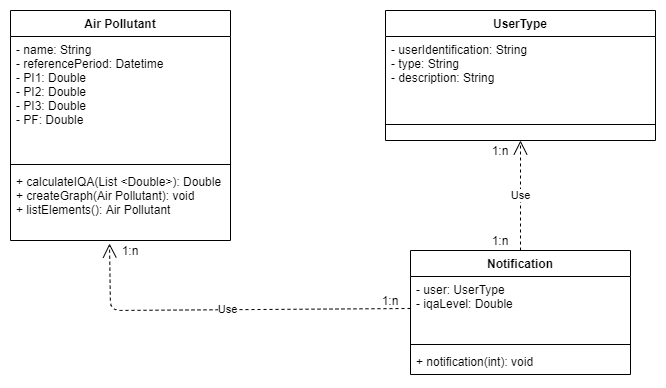
The draw.io diagram Software/img/classes.png in Monitoramento-do-Ar-PI2/teste, before a commit. Source tidied: cells renumbered, new cells last; positions are measured from the earlier drawing's top-left corner, leaving out a move shared by most shapes.
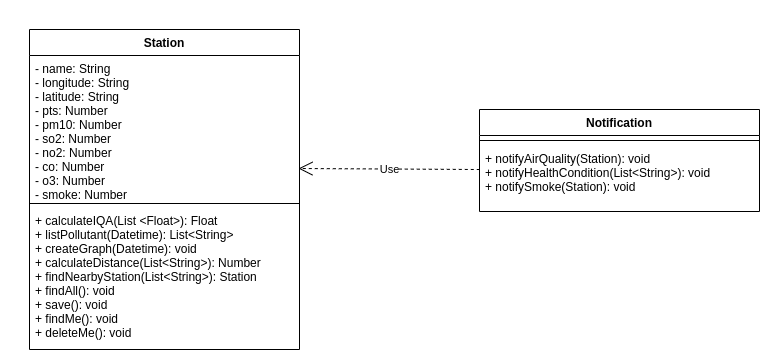
The same diagram one commit later.

What changed in the source:
```diff
@@ -2,63 +2,31 @@
   <root>
     <mxCell id="0" />
     <mxCell id="1" parent="0" />
-    <mxCell id="2" value="Air Pollutant" style="swimlane;fontStyle=1;align=center;verticalAlign=top;horizontal=1;startSize=26;" parent="1" vertex="1">
-      <mxGeometry width="220" height="230" as="geometry" />
+    <mxCell id="2" value="Station" style="swimlane;fontStyle=1;align=center;verticalAlign=top;horizontal=1;startSize=26;" parent="1" vertex="1">
+      <mxGeometry y="20" width="270" height="320" as="geometry" />
     </mxCell>
-    <mxCell id="3" value="- name: String&#10;- referencePeriod: Datetime&#10;- PI1: Double&#10;- PI2: Double&#10;- PI3: Double&#10;- PF: Double&#10;" style="text;strokeColor=none;fillColor=none;align=left;verticalAlign=top;spacingLeft=4;spacingRight=4;overflow=hidden;" parent="2" vertex="1">
-      <mxGeometry y="26" width="220" height="124" as="geometry" />
+    <mxCell id="3" value="- name: String&#10;- longitude: String&#10;- latitude: String&#10;- pts: Number&#10;- pm10: Number&#10;- so2: Number&#10;- no2: Number&#10;- co: Number&#10;- o3: Number&#10;- smoke: Number&#10;&#10;" style="text;strokeColor=none;fillColor=none;align=left;verticalAlign=top;spacingLeft=4;spacingRight=4;overflow=hidden;" parent="2" vertex="1">
+      <mxGeometry y="26" width="270" height="144" as="geometry" />
     </mxCell>
     <mxCell id="4" style="line;strokeWidth=1;fillColor=none;align=left;verticalAlign=middle;spacingTop=-1;spacingLeft=3;spacingRight=3;labelPosition=right;" parent="2" vertex="1">
-      <mxGeometry y="150" width="220" height="8" as="geometry" />
+      <mxGeometry y="170" width="270" height="8" as="geometry" />
     </mxCell>
-    <mxCell id="5" value="+ calculateIQA(List &lt;Double&gt;): Double&#10;+ createGraph(Air Pollutant): void&#10;+ listElements(): Air Pollutant " style="text;strokeColor=none;fillColor=none;align=left;verticalAlign=top;spacingLeft=4;spacingRight=4;overflow=hidden;points=[[0,0.5],[1,0.5]];portConstraint=eastwest;" parent="2" vertex="1">
-      <mxGeometry y="158" width="220" height="72" as="geometry" />
+    <mxCell id="5" value="+ calculateIQA(List &lt;Float&gt;): Float &#10;+ listPollutant(Datetime): List&lt;String&gt;&#10;+ createGraph(Datetime): void&#10;+ calculateDistance(List&lt;String&gt;): Number&#10;+ findNearbyStation(List&lt;String&gt;): Station&#10;+ findAll(): void&#10;+ save(): void&#10;+ findMe(): void&#10;+ deleteMe(): void&#10;&#10;&#10;" style="text;strokeColor=none;fillColor=none;align=left;verticalAlign=top;spacingLeft=4;spacingRight=4;overflow=hidden;points=[[0,0.5],[1,0.5]];portConstraint=eastwest;" parent="2" vertex="1">
+      <mxGeometry y="178" width="270" height="142" as="geometry" />
     </mxCell>
+    <mxCell id="20" value="Use" style="endArrow=open;endSize=12;dashed=1;html=1;exitX=0.001;exitY=0.364;exitDx=0;exitDy=0;exitPerimeter=0;" parent="1" edge="1" source="22">
+      <mxGeometry relative="1" as="geometry">
+        <mxPoint x="269" y="159" as="targetPoint" />
+      </mxGeometry>
+    </mxCell>
     <mxCell id="6" value="Notification" style="swimlane;fontStyle=1;align=center;verticalAlign=top;horizontal=1;startSize=26;" parent="1" vertex="1">
-      <mxGeometry x="400" y="240" width="220" height="124" as="geometry" />
+      <mxGeometry x="450" y="100" width="280" height="102" as="geometry" />
     </mxCell>
-    <mxCell id="7" value="- user: UserType&#10;- iqaLevel: Double&#10;" style="text;strokeColor=none;fillColor=none;align=left;verticalAlign=top;spacingLeft=4;spacingRight=4;overflow=hidden;points=[[0,0.5],[1,0.5]];portConstraint=eastwest;" parent="6" vertex="1">
-      <mxGeometry y="26" width="220" height="64" as="geometry" />
-    </mxCell>
-    <mxCell id="8" style="line;strokeWidth=1;fillColor=none;align=left;verticalAlign=middle;spacingTop=-1;spacingLeft=3;spacingRight=3;labelPosition=right;" parent="6" vertex="1">
-      <mxGeometry y="90" width="220" height="8" as="geometry" />
-    </mxCell>
-    <mxCell id="9" value="+ notification(int): void" style="text;strokeColor=none;fillColor=none;align=left;verticalAlign=top;spacingLeft=4;spacingRight=4;overflow=hidden;" parent="6" vertex="1">
-      <mxGeometry y="98" width="220" height="26" as="geometry" />
-    </mxCell>
-    <mxCell id="10" value="Use" style="endArrow=open;endSize=12;dashed=1;html=1;exitX=0.5;exitY=0;exitDx=0;exitDy=0;" parent="1" edge="1" source="6" target="14">
-      <mxGeometry relative="1" as="geometry" />
-    </mxCell>
-    <mxCell id="11" value="UserType" style="swimlane;fontStyle=1;align=center;verticalAlign=top;horizontal=1;startSize=26;" parent="1" vertex="1">
-      <mxGeometry x="375" width="270" height="130" as="geometry" />
-    </mxCell>
-    <mxCell id="12" value="- userIdentification: String&#10;- type: String&#10;- description: String&#10;" style="text;strokeColor=none;fillColor=none;align=left;verticalAlign=top;spacingLeft=4;spacingRight=4;overflow=hidden;" parent="11" vertex="1">
-      <mxGeometry y="26" width="270" height="84" as="geometry" />
-    </mxCell>
-    <mxCell id="13" style="line;strokeWidth=1;fillColor=none;align=left;verticalAlign=middle;spacingTop=-1;spacingLeft=3;spacingRight=3;labelPosition=right;" parent="11" vertex="1">
-      <mxGeometry y="110" width="270" height="8" as="geometry" />
-    </mxCell>
-    <mxCell id="14" value="   &#10;&#10;" style="text;strokeColor=none;fillColor=none;align=left;verticalAlign=top;spacingLeft=4;spacingRight=4;overflow=hidden;points=[[0,0.5],[1,0.5]];portConstraint=eastwest;" parent="11" vertex="1">
-      <mxGeometry y="118" width="270" height="12" as="geometry" />
-    </mxCell>
-    <mxCell id="15" value="Use" style="endArrow=open;endSize=12;dashed=1;html=1;exitX=0;exitY=0.5;exitDx=0;exitDy=0;entryX=0.45;entryY=1.042;entryDx=0;entryDy=0;entryPerimeter=0;" parent="1" edge="1" source="7" target="5">
-      <mxGeometry relative="1" as="geometry">
-        <Array as="points">
-          <mxPoint x="100" y="300" />
-        </Array>
-      </mxGeometry>
-    </mxCell>
-    <mxCell id="16" value="1:n" style="text;html=1;strokeColor=none;fillColor=none;align=center;verticalAlign=middle;whiteSpace=wrap;rounded=0;" parent="1" vertex="1">
-      <mxGeometry x="100" y="230" width="40" height="20" as="geometry" />
-    </mxCell>
-    <mxCell id="17" value="1:n" style="text;html=1;strokeColor=none;fillColor=none;align=center;verticalAlign=middle;whiteSpace=wrap;rounded=0;" parent="1" vertex="1">
-      <mxGeometry x="360" y="280" width="40" height="20" as="geometry" />
-    </mxCell>
-    <mxCell id="18" value="1:n" style="text;html=1;strokeColor=none;fillColor=none;align=center;verticalAlign=middle;whiteSpace=wrap;rounded=0;" parent="1" vertex="1">
-      <mxGeometry x="470" y="130" width="40" height="20" as="geometry" />
-    </mxCell>
-    <mxCell id="19" value="1:n" style="text;html=1;strokeColor=none;fillColor=none;align=center;verticalAlign=middle;whiteSpace=wrap;rounded=0;" parent="1" vertex="1">
-      <mxGeometry x="470" y="220" width="40" height="20" as="geometry" />
-    </mxCell>
+    <mxCell id="21" style="line;strokeWidth=1;fillColor=none;align=left;verticalAlign=middle;spacingTop=-1;spacingLeft=3;spacingRight=3;labelPosition=right;" parent="6" vertex="1">
+      <mxGeometry y="26" width="280" height="10" as="geometry" />
+    </mxCell>
+    <mxCell id="22" value="+ notifyAirQuality(Station): void&#10;+ notifyHealthCondition(List&lt;String&gt;): void&#10;+ notifySmoke(Station): void" style="text;strokeColor=none;fillColor=none;align=left;verticalAlign=top;spacingLeft=4;spacingRight=4;overflow=hidden;points=[[0,0.5],[1,0.5]];portConstraint=eastwest;" parent="6" vertex="1">
+      <mxGeometry y="36" width="280" height="66" as="geometry" />
+    </mxCell>
   </root>
 </mxGraphModel>
```
